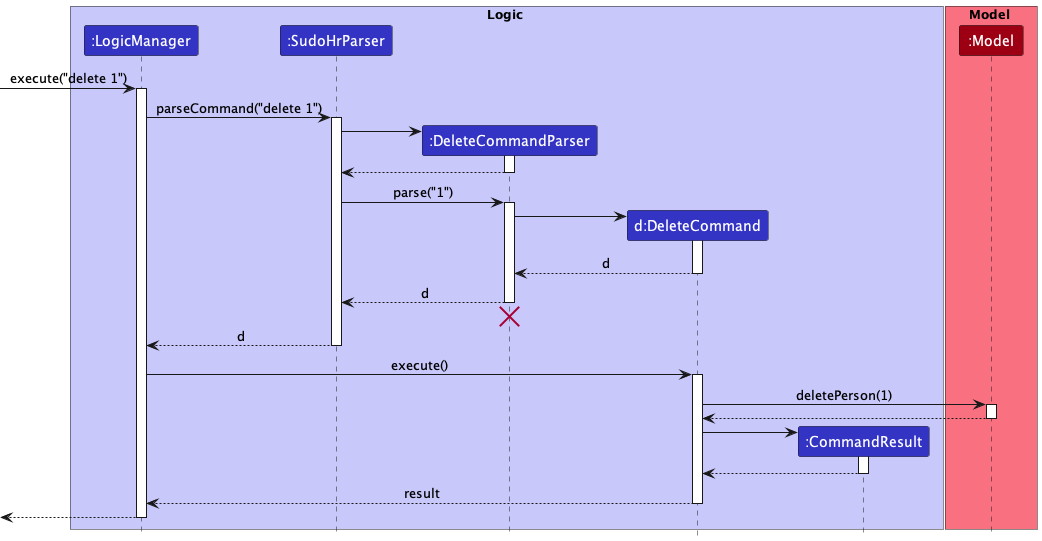
Earlier version of the PlantUML export docs/images/DeleteSequenceDiagram.png (nus-cs2103-AY2223S2/tp).
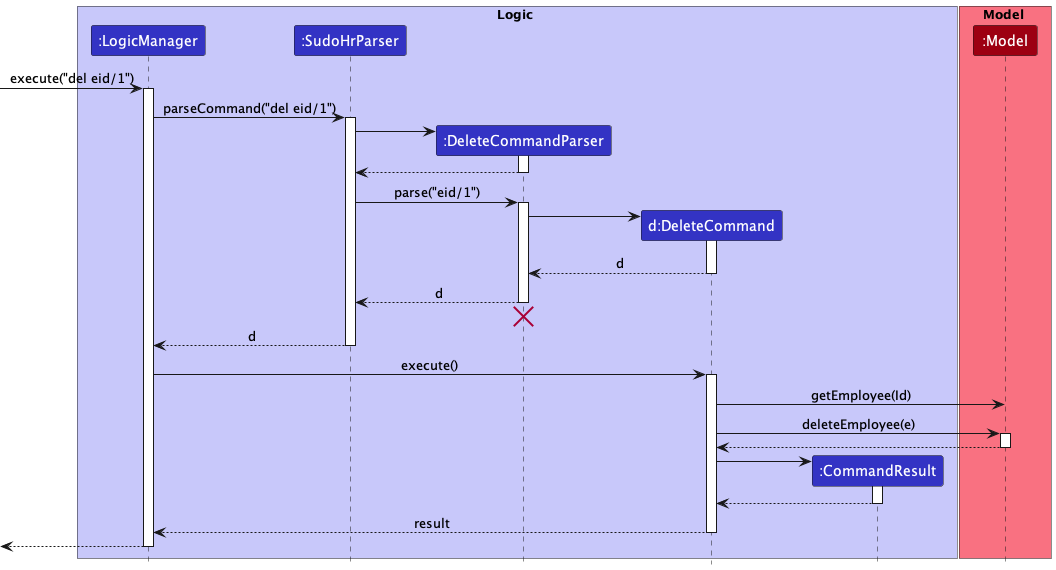
The same file after the commit.

Change to the diagram source:
```diff
@@ -13,10 +13,10 @@
 participant ":Model" as Model MODEL_COLOR
 end box
 
-[-> LogicManager : execute("delete 1")
+[-> LogicManager : execute("del eid/1")
 activate LogicManager
 
-LogicManager -> SudoHrParser : parseCommand("delete 1")
+LogicManager -> SudoHrParser : parseCommand("del eid/1")
 activate SudoHrParser
 
 create DeleteCommandParser
@@ -26,7 +26,7 @@
 DeleteCommandParser --> SudoHrParser
 deactivate DeleteCommandParser
 
-SudoHrParser -> DeleteCommandParser : parse("1")
+SudoHrParser -> DeleteCommandParser : parse("eid/1")
 activate DeleteCommandParser
 
 create DeleteCommand
@@ -47,7 +47,8 @@
 LogicManager -> DeleteCommand : execute()
 activate DeleteCommand
 
-DeleteCommand -> Model : deletePerson(1)
+DeleteCommand -> Model: getEmployee(Id)
+DeleteCommand -> Model : deleteEmployee(e)
 activate Model
 
 Model --> DeleteCommand
```
